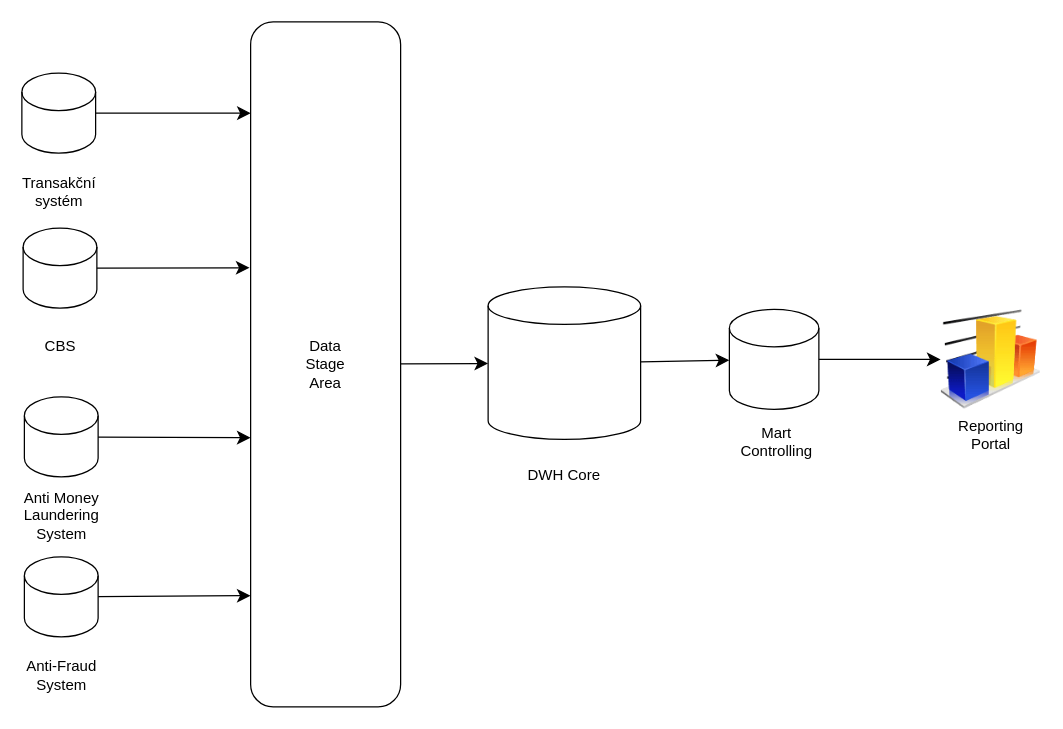
Above: page "Flow" (3 of 4) of pis-hw5.drawio in Finishxx/draw-io (draw.io), before the change. Source tidied: cells renumbered, new cells numbered last; positions are measured from the earlier drawing's top-left corner, leaving out a move shared by most shapes. Both pictures are drawn from the tidied source at 125%, with x=0, y=0 at pixel (21, 21).
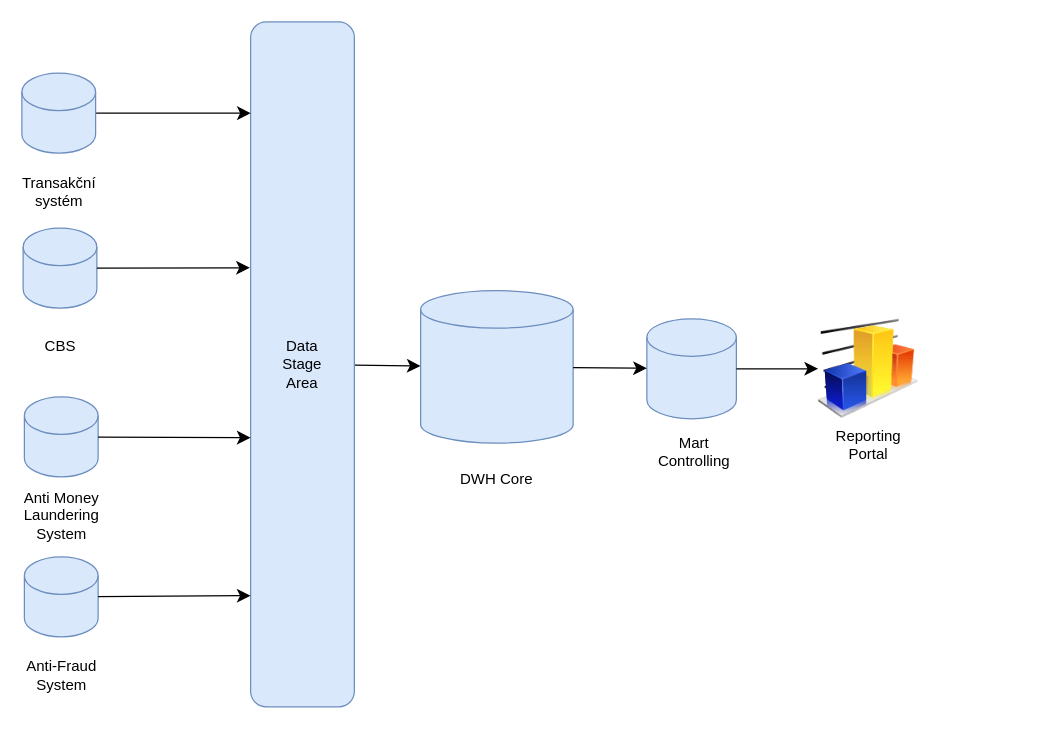
Above is the later version.

Unchanged cells that the change refers to:
```xml
<mxCell id="15" style="group;" parent="1" vertex="1">
  <mxGeometry x="1" y="165" width="60" height="110" as="geometry" />
</mxCell>
<mxCell id="18" style="group;" parent="1" vertex="1">
  <mxGeometry x="2" y="300" width="60" height="110" as="geometry" />
</mxCell>
<mxCell id="21" style="group;" parent="1" vertex="1">
  <mxGeometry x="2" y="428" width="60" height="110" as="geometry" />
</mxCell>
```

Change to the diagram source:
```diff
@@
-    <mxCell id="3" value="&lt;div&gt;Data&lt;/div&gt;&lt;div&gt;Stage&lt;/div&gt;&lt;div&gt;Area&lt;/div&gt;" style="rounded=1;whiteSpace=wrap;html=1;" parent="1" vertex="1">
-      <mxGeometry x="183" width="120" height="548" as="geometry" />
+    <mxCell id="3" value="&lt;div&gt;Data&lt;/div&gt;&lt;div&gt;Stage&lt;/div&gt;&lt;div&gt;Area&lt;/div&gt;" style="rounded=1;whiteSpace=wrap;html=1;fillColor=#dae8fc;strokeColor=#6c8ebf;" parent="1" vertex="1">
+      <mxGeometry x="183" width="83" height="548" as="geometry" />
     </mxCell>
     <mxCell id="4" value="&lt;div&gt;Reporting&lt;/div&gt;&lt;div&gt;Portal&lt;/div&gt;" style="image;html=1;image=img/lib/clip_art/finance/Graph_128x128.png;" parent="1" vertex="1">
-      <mxGeometry x="735" y="230" width="80" height="80" as="geometry" />
+      <mxGeometry x="637" y="237.5" width="80" height="80" as="geometry" />
     </mxCell>
     <mxCell id="5" style="group;" parent="1" vertex="1">
-      <mxGeometry x="566" y="230" width="74" height="121" as="geometry" />
+      <mxGeometry x="500" y="237.5" width="74" height="121" as="geometry" />
     </mxCell>
-    <mxCell id="6" style="shape=cylinder3;whiteSpace=wrap;html=1;boundedLbl=1;backgroundOutline=1;size=15;" parent="5" vertex="1">
+    <mxCell id="6" style="shape=cylinder3;whiteSpace=wrap;html=1;boundedLbl=1;backgroundOutline=1;size=15;fillColor=#dae8fc;strokeColor=#6c8ebf;" parent="5" vertex="1">
       <mxGeometry width="71.6" height="80" as="geometry" />
     </mxCell>
@@
     <mxCell id="8" style="group;" parent="1" vertex="1">
-      <mxGeometry x="373" y="212" width="122" height="166" as="geometry" />
+      <mxGeometry x="319" y="215" width="122" height="166" as="geometry" />
     </mxCell>
-    <mxCell id="9" style="shape=cylinder3;whiteSpace=wrap;html=1;boundedLbl=1;backgroundOutline=1;size=15;" parent="8" vertex="1">
+    <mxCell id="9" style="shape=cylinder3;whiteSpace=wrap;html=1;boundedLbl=1;backgroundOutline=1;size=15;fillColor=#dae8fc;strokeColor=#6c8ebf;" parent="8" vertex="1">
       <mxGeometry width="122" height="122" as="geometry" />
     </mxCell>
@@
-    <mxCell id="11" style="group;" parent="1" vertex="1">
+    <mxCell id="11" style="group;fillColor=none;" parent="1" vertex="1">
       <mxGeometry y="41" width="60" height="110" as="geometry" />
     </mxCell>
@@
-    <mxCell id="13" style="shape=cylinder3;whiteSpace=wrap;html=1;boundedLbl=1;backgroundOutline=1;size=15;" parent="11" vertex="1">
+    <mxCell id="13" style="shape=cylinder3;whiteSpace=wrap;html=1;boundedLbl=1;backgroundOutline=1;size=15;fillColor=#dae8fc;strokeColor=#6c8ebf;" parent="11" vertex="1">
       <mxGeometry width="59" height="64" as="geometry" />
     </mxCell>
@@
-    <mxCell id="16" style="shape=cylinder3;whiteSpace=wrap;html=1;boundedLbl=1;backgroundOutline=1;size=15;" parent="15" vertex="1">
+    <mxCell id="16" style="shape=cylinder3;whiteSpace=wrap;html=1;boundedLbl=1;backgroundOutline=1;size=15;fillColor=#dae8fc;strokeColor=#6c8ebf;" parent="15" vertex="1">
       <mxGeometry width="59" height="64" as="geometry" />
     </mxCell>
@@
-    <mxCell id="19" style="shape=cylinder3;whiteSpace=wrap;html=1;boundedLbl=1;backgroundOutline=1;size=15;" parent="18" vertex="1">
+    <mxCell id="19" style="shape=cylinder3;whiteSpace=wrap;html=1;boundedLbl=1;backgroundOutline=1;size=15;fillColor=#dae8fc;strokeColor=#6c8ebf;" parent="18" vertex="1">
       <mxGeometry width="59" height="64" as="geometry" />
     </mxCell>
@@
-    <mxCell id="22" style="shape=cylinder3;whiteSpace=wrap;html=1;boundedLbl=1;backgroundOutline=1;size=15;" parent="21" vertex="1">
+    <mxCell id="22" style="shape=cylinder3;whiteSpace=wrap;html=1;boundedLbl=1;backgroundOutline=1;size=15;fillColor=#dae8fc;strokeColor=#6c8ebf;" parent="21" vertex="1">
       <mxGeometry width="59" height="64" as="geometry" />
     </mxCell>
```
